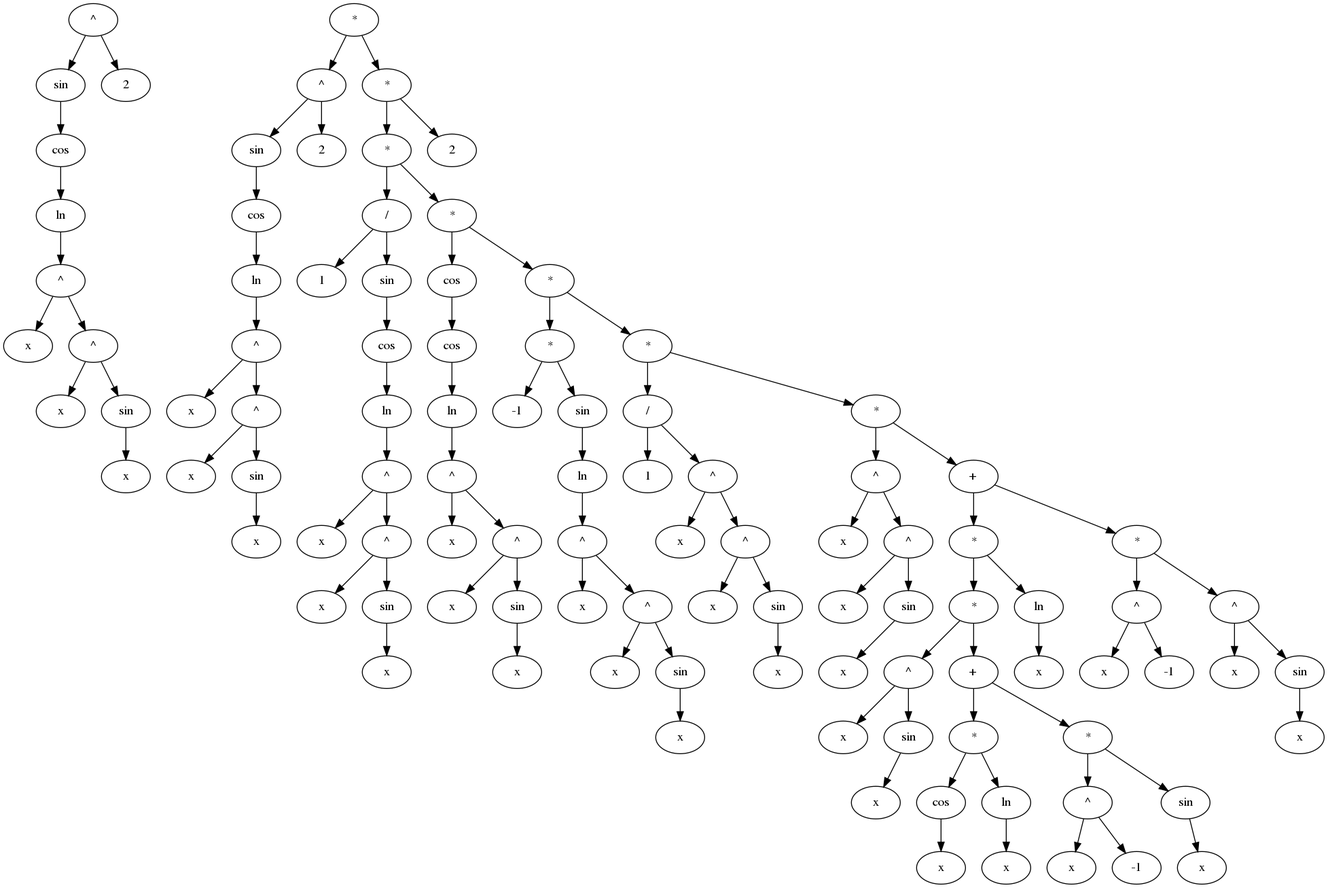
Above: temp.png in BiscuitsLayer/8_Differentiator (Graphviz), before the change. Its source is kept beside it as temp.dot. Source of this version:
```dot
digraph G {
fontsize = 50
94526839907600[label = "^"]
94526839907792[label = "sin"]
94526839907600 -> 94526839907792
94526839907792[label = "sin"]
94526839907984[label = "cos"]
94526839907792 -> 94526839907984
94526839907984[label = "cos"]
94526839908176[label = "ln"]
94526839907984 -> 94526839908176
94526839908176[label = "ln"]
94526839908368[label = "^"]
94526839908176 -> 94526839908368
94526839908368[label = "^"]
94526839908432[label = "x"]
94526839908368 -> 94526839908432
94526839908432[label = "x"]
94526839908368[label = "^"]
94526839908624[label = "^"]
94526839908368 -> 94526839908624
94526839908624[label = "^"]
94526839908688[label = "x"]
94526839908624 -> 94526839908688
94526839908688[label = "x"]
94526839908624[label = "^"]
94526839908880[label = "sin"]
94526839908624 -> 94526839908880
94526839908880[label = "sin"]
94526839909136[label = "x"]
94526839908880 -> 94526839909136
94526839909136[label = "x"]
94526839907600[label = "^"]
94526839909200[label = "2"]
94526839907600 -> 94526839909200
94526839909200[label = "2"]
94526839917840[label = "*"]
94526839917136[label = "^"]
94526839917840 -> 94526839917136
94526839917136[label = "^"]
94526839917200[label = "sin"]
94526839917136 -> 94526839917200
94526839917200[label = "sin"]
94526839917264[label = "cos"]
94526839917200 -> 94526839917264
94526839917264[label = "cos"]
94526839917328[label = "ln"]
94526839917264 -> 94526839917328
94526839917328[label = "ln"]
94526839917392[label = "^"]
94526839917328 -> 94526839917392
94526839917392[label = "^"]
94526839917456[label = "x"]
94526839917392 -> 94526839917456
94526839917456[label = "x"]
94526839917392[label = "^"]
94526839917520[label = "^"]
94526839917392 -> 94526839917520
94526839917520[label = "^"]
94526839917584[label = "x"]
94526839917520 -> 94526839917584
94526839917584[label = "x"]
94526839917520[label = "^"]
94526839917648[label = "sin"]
94526839917520 -> 94526839917648
94526839917648[label = "sin"]
94526839917712[label = "x"]
94526839917648 -> 94526839917712
94526839917712[label = "x"]
94526839917136[label = "^"]
94526839917776[label = "2"]
94526839917136 -> 94526839917776
94526839917776[label = "2"]
94526839917840[label = "*"]
94526839916240[label = "*"]
94526839917840 -> 94526839916240
94526839916240[label = "*"]
94526839916176[label = "*"]
94526839916240 -> 94526839916176
94526839916176[label = "*"]
94526839916112[label = "/"]
94526839916176 -> 94526839916112
94526839916112[label = "/"]
94526839916048[label = "1"]
94526839916112 -> 94526839916048
94526839916048[label = "1"]
94526839916112[label = "/"]
94526839915472[label = "sin"]
94526839916112 -> 94526839915472
94526839915472[label = "sin"]
94526839915536[label = "cos"]
94526839915472 -> 94526839915536
94526839915536[label = "cos"]
94526839915600[label = "ln"]
94526839915536 -> 94526839915600
94526839915600[label = "ln"]
94526839915664[label = "^"]
94526839915600 -> 94526839915664
94526839915664[label = "^"]
94526839915728[label = "x"]
94526839915664 -> 94526839915728
94526839915728[label = "x"]
94526839915664[label = "^"]
94526839915792[label = "^"]
94526839915664 -> 94526839915792
94526839915792[label = "^"]
94526839915856[label = "x"]
94526839915792 -> 94526839915856
94526839915856[label = "x"]
94526839915792[label = "^"]
94526839915920[label = "sin"]
94526839915792 -> 94526839915920
94526839915920[label = "sin"]
94526839915984[label = "x"]
94526839915920 -> 94526839915984
94526839915984[label = "x"]
94526839916176[label = "*"]
94526839915408[label = "*"]
94526839916176 -> 94526839915408
94526839915408[label = "*"]
94526839915344[label = "cos"]
94526839915408 -> 94526839915344
94526839915344[label = "cos"]
94526839914832[label = "cos"]
94526839915344 -> 94526839914832
94526839914832[label = "cos"]
94526839914896[label = "ln"]
94526839914832 -> 94526839914896
94526839914896[label = "ln"]
94526839914960[label = "^"]
94526839914896 -> 94526839914960
94526839914960[label = "^"]
94526839915024[label = "x"]
94526839914960 -> 94526839915024
94526839915024[label = "x"]
94526839914960[label = "^"]
94526839915088[label = "^"]
94526839914960 -> 94526839915088
94526839915088[label = "^"]
94526839915152[label = "x"]
94526839915088 -> 94526839915152
94526839915152[label = "x"]
94526839915088[label = "^"]
94526839915216[label = "sin"]
94526839915088 -> 94526839915216
94526839915216[label = "sin"]
94526839915280[label = "x"]
94526839915216 -> 94526839915280
94526839915280[label = "x"]
94526839915408[label = "*"]
94526839914768[label = "*"]
94526839915408 -> 94526839914768
94526839914768[label = "*"]
94526839914704[label = "*"]
94526839914768 -> 94526839914704
94526839914704[label = "*"]
94526839914640[label = "-1"]
94526839914704 -> 94526839914640
94526839914640[label = "-1"]
94526839914704[label = "*"]
94526839914576[label = "sin"]
94526839914704 -> 94526839914576
94526839914576[label = "sin"]
94526839914128[label = "ln"]
94526839914576 -> 94526839914128
94526839914128[label = "ln"]
94526839914192[label = "^"]
94526839914128 -> 94526839914192
94526839914192[label = "^"]
94526839914256[label = "x"]
94526839914192 -> 94526839914256
94526839914256[label = "x"]
94526839914192[label = "^"]
94526839914320[label = "^"]
94526839914192 -> 94526839914320
94526839914320[label = "^"]
94526839914384[label = "x"]
94526839914320 -> 94526839914384
94526839914384[label = "x"]
94526839914320[label = "^"]
94526839914448[label = "sin"]
94526839914320 -> 94526839914448
94526839914448[label = "sin"]
94526839914512[label = "x"]
94526839914448 -> 94526839914512
94526839914512[label = "x"]
94526839914768[label = "*"]
94526839914064[label = "*"]
94526839914768 -> 94526839914064
94526839914064[label = "*"]
94526839914000[label = "/"]
94526839914064 -> 94526839914000
94526839914000[label = "/"]
94526839913936[label = "1"]
94526839914000 -> 94526839913936
94526839913936[label = "1"]
94526839914000[label = "/"]
94526839913552[label = "^"]
94526839914000 -> 94526839913552
94526839913552[label = "^"]
94526839913616[label = "x"]
94526839913552 -> 94526839913616
94526839913616[label = "x"]
94526839913552[label = "^"]
94526839913680[label = "^"]
94526839913552 -> 94526839913680
94526839913680[label = "^"]
94526839913744[label = "x"]
94526839913680 -> 94526839913744
94526839913744[label = "x"]
94526839913680[label = "^"]
94526839913808[label = "sin"]
94526839913680 -> 94526839913808
94526839913808[label = "sin"]
94526839913872[label = "x"]
94526839913808 -> 94526839913872
94526839913872[label = "x"]
94526839914064[label = "*"]
94526839913488[label = "*"]
94526839914064 -> 94526839913488
94526839913488[label = "*"]
94526839913104[label = "^"]
94526839913488 -> 94526839913104
94526839913104[label = "^"]
94526839913168[label = "x"]
94526839913104 -> 94526839913168
94526839913168[label = "x"]
94526839913104[label = "^"]
94526839913232[label = "^"]
94526839913104 -> 94526839913232
94526839913232[label = "^"]
94526839913296[label = "x"]
94526839913232 -> 94526839913296
94526839913296[label = "x"]
94526839913232[label = "^"]
94526839913360[label = "sin"]
94526839913232 -> 94526839913360
94526839913360[label = "sin"]
94526839913424[label = "x"]
94526839913360 -> 94526839913424
94526839913424[label = "x"]
94526839913488[label = "*"]
94526839913040[label = "+"]
94526839913488 -> 94526839913040
94526839913040[label = "+"]
94526839912976[label = "*"]
94526839913040 -> 94526839912976
94526839912976[label = "*"]
94526839912912[label = "*"]
94526839912976 -> 94526839912912
94526839912912[label = "*"]
94526839912656[label = "^"]
94526839912912 -> 94526839912656
94526839912656[label = "^"]
94526839912720[label = "x"]
94526839912656 -> 94526839912720
94526839912720[label = "x"]
94526839912656[label = "^"]
94526839912784[label = "sin"]
94526839912656 -> 94526839912784
94526839912784[label = "sin"]
94526839912848[label = "x"]
94526839912784 -> 94526839912848
94526839912848[label = "x"]
94526839912912[label = "*"]
94526839912592[label = "+"]
94526839912912 -> 94526839912592
94526839912592[label = "+"]
94526839912528[label = "*"]
94526839912592 -> 94526839912528
94526839912528[label = "*"]
94526839912400[label = "cos"]
94526839912528 -> 94526839912400
94526839912400[label = "cos"]
94526839912336[label = "x"]
94526839912400 -> 94526839912336
94526839912336[label = "x"]
94526839912528[label = "*"]
94526839912144[label = "ln"]
94526839912528 -> 94526839912144
94526839912144[label = "ln"]
94526839912208[label = "x"]
94526839912144 -> 94526839912208
94526839912208[label = "x"]
94526839912592[label = "+"]
94526839912080[label = "*"]
94526839912592 -> 94526839912080
94526839912080[label = "*"]
94526839911952[label = "^"]
94526839912080 -> 94526839911952
94526839911952[label = "^"]
94526839911824[label = "x"]
94526839911952 -> 94526839911824
94526839911824[label = "x"]
94526839911952[label = "^"]
94526839916432[label = "-1"]
94526839911952 -> 94526839916432
94526839916432[label = "-1"]
94526839912080[label = "*"]
94526839911632[label = "sin"]
94526839912080 -> 94526839911632
94526839911632[label = "sin"]
94526839911696[label = "x"]
94526839911632 -> 94526839911696
94526839911696[label = "x"]
94526839912976[label = "*"]
94526839911184[label = "ln"]
94526839912976 -> 94526839911184
94526839911184[label = "ln"]
94526839911248[label = "x"]
94526839911184 -> 94526839911248
94526839911248[label = "x"]
94526839913040[label = "+"]
94526839911120[label = "*"]
94526839913040 -> 94526839911120
94526839911120[label = "*"]
94526839910992[label = "^"]
94526839911120 -> 94526839910992
94526839910992[label = "^"]
94526839910864[label = "x"]
94526839910992 -> 94526839910864
94526839910864[label = "x"]
94526839910992[label = "^"]
94526839910800[label = "-1"]
94526839910992 -> 94526839910800
94526839910800[label = "-1"]
94526839911120[label = "*"]
94526839910544[label = "^"]
94526839911120 -> 94526839910544
94526839910544[label = "^"]
94526839910608[label = "x"]
94526839910544 -> 94526839910608
94526839910608[label = "x"]
94526839910544[label = "^"]
94526839910672[label = "sin"]
94526839910544 -> 94526839910672
94526839910672[label = "sin"]
94526839910736[label = "x"]
94526839910672 -> 94526839910736
94526839910736[label = "x"]
94526839916240[label = "*"]
94526839910032[label = "2"]
94526839916240 -> 94526839910032
94526839910032[label = "2"]
}
```
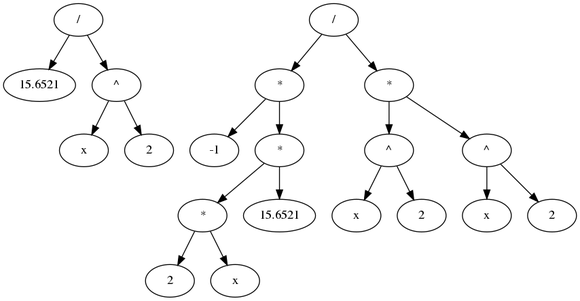
Later version of the same file.

The edit, as a diff of the source:
```diff
@@ -1,345 +1,68 @@
 digraph G {
 fontsize = 50
-94526839907600[label = "^"]
-94526839907792[label = "sin"]
-94526839907600 -> 94526839907792
-94526839907792[label = "sin"]
-94526839907984[label = "cos"]
-94526839907792 -> 94526839907984
-94526839907984[label = "cos"]
-94526839908176[label = "ln"]
-94526839907984 -> 94526839908176
-94526839908176[label = "ln"]
-94526839908368[label = "^"]
-94526839908176 -> 94526839908368
-94526839908368[label = "^"]
-94526839908432[label = "x"]
-94526839908368 -> 94526839908432
-94526839908432[label = "x"]
-94526839908368[label = "^"]
-94526839908624[label = "^"]
-94526839908368 -> 94526839908624
-94526839908624[label = "^"]
-94526839908688[label = "x"]
-94526839908624 -> 94526839908688
-94526839908688[label = "x"]
-94526839908624[label = "^"]
-94526839908880[label = "sin"]
-94526839908624 -> 94526839908880
-94526839908880[label = "sin"]
-94526839909136[label = "x"]
-94526839908880 -> 94526839909136
-94526839909136[label = "x"]
-94526839907600[label = "^"]
-94526839909200[label = "2"]
-94526839907600 -> 94526839909200
-94526839909200[label = "2"]
-94526839917840[label = "*"]
-94526839917136[label = "^"]
-94526839917840 -> 94526839917136
-94526839917136[label = "^"]
-94526839917200[label = "sin"]
-94526839917136 -> 94526839917200
-94526839917200[label = "sin"]
-94526839917264[label = "cos"]
-94526839917200 -> 94526839917264
-94526839917264[label = "cos"]
-94526839917328[label = "ln"]
-94526839917264 -> 94526839917328
-94526839917328[label = "ln"]
-94526839917392[label = "^"]
-94526839917328 -> 94526839917392
-94526839917392[label = "^"]
-94526839917456[label = "x"]
-94526839917392 -> 94526839917456
-94526839917456[label = "x"]
-94526839917392[label = "^"]
-94526839917520[label = "^"]
-94526839917392 -> 94526839917520
-94526839917520[label = "^"]
-94526839917584[label = "x"]
-94526839917520 -> 94526839917584
-94526839917584[label = "x"]
-94526839917520[label = "^"]
-94526839917648[label = "sin"]
-94526839917520 -> 94526839917648
-94526839917648[label = "sin"]
-94526839917712[label = "x"]
-94526839917648 -> 94526839917712
-94526839917712[label = "x"]
-94526839917136[label = "^"]
-94526839917776[label = "2"]
-94526839917136 -> 94526839917776
-94526839917776[label = "2"]
-94526839917840[label = "*"]
-94526839916240[label = "*"]
-94526839917840 -> 94526839916240
-94526839916240[label = "*"]
-94526839916176[label = "*"]
-94526839916240 -> 94526839916176
-94526839916176[label = "*"]
-94526839916112[label = "/"]
-94526839916176 -> 94526839916112
-94526839916112[label = "/"]
-94526839916048[label = "1"]
-94526839916112 -> 94526839916048
-94526839916048[label = "1"]
-94526839916112[label = "/"]
-94526839915472[label = "sin"]
-94526839916112 -> 94526839915472
-94526839915472[label = "sin"]
-94526839915536[label = "cos"]
-94526839915472 -> 94526839915536
-94526839915536[label = "cos"]
-94526839915600[label = "ln"]
-94526839915536 -> 94526839915600
-94526839915600[label = "ln"]
-94526839915664[label = "^"]
-94526839915600 -> 94526839915664
-94526839915664[label = "^"]
-94526839915728[label = "x"]
-94526839915664 -> 94526839915728
-94526839915728[label = "x"]
-94526839915664[label = "^"]
-94526839915792[label = "^"]
-94526839915664 -> 94526839915792
-94526839915792[label = "^"]
-94526839915856[label = "x"]
-94526839915792 -> 94526839915856
-94526839915856[label = "x"]
-94526839915792[label = "^"]
-94526839915920[label = "sin"]
-94526839915792 -> 94526839915920
-94526839915920[label = "sin"]
-94526839915984[label = "x"]
-94526839915920 -> 94526839915984
-94526839915984[label = "x"]
-94526839916176[label = "*"]
-94526839915408[label = "*"]
-94526839916176 -> 94526839915408
-94526839915408[label = "*"]
-94526839915344[label = "cos"]
-94526839915408 -> 94526839915344
-94526839915344[label = "cos"]
-94526839914832[label = "cos"]
-94526839915344 -> 94526839914832
-94526839914832[label = "cos"]
-94526839914896[label = "ln"]
-94526839914832 -> 94526839914896
-94526839914896[label = "ln"]
-94526839914960[label = "^"]
-94526839914896 -> 94526839914960
-94526839914960[label = "^"]
-94526839915024[label = "x"]
-94526839914960 -> 94526839915024
-94526839915024[label = "x"]
-94526839914960[label = "^"]
-94526839915088[label = "^"]
-94526839914960 -> 94526839915088
-94526839915088[label = "^"]
-94526839915152[label = "x"]
-94526839915088 -> 94526839915152
-94526839915152[label = "x"]
-94526839915088[label = "^"]
-94526839915216[label = "sin"]
-94526839915088 -> 94526839915216
-94526839915216[label = "sin"]
-94526839915280[label = "x"]
-94526839915216 -> 94526839915280
-94526839915280[label = "x"]
-94526839915408[label = "*"]
-94526839914768[label = "*"]
-94526839915408 -> 94526839914768
-94526839914768[label = "*"]
-94526839914704[label = "*"]
-94526839914768 -> 94526839914704
-94526839914704[label = "*"]
-94526839914640[label = "-1"]
-94526839914704 -> 94526839914640
-94526839914640[label = "-1"]
-94526839914704[label = "*"]
-94526839914576[label = "sin"]
-94526839914704 -> 94526839914576
-94526839914576[label = "sin"]
-94526839914128[label = "ln"]
-94526839914576 -> 94526839914128
-94526839914128[label = "ln"]
-94526839914192[label = "^"]
-94526839914128 -> 94526839914192
-94526839914192[label = "^"]
-94526839914256[label = "x"]
-94526839914192 -> 94526839914256
-94526839914256[label = "x"]
-94526839914192[label = "^"]
-94526839914320[label = "^"]
-94526839914192 -> 94526839914320
-94526839914320[label = "^"]
-94526839914384[label = "x"]
-94526839914320 -> 94526839914384
-94526839914384[label = "x"]
-94526839914320[label = "^"]
-94526839914448[label = "sin"]
-94526839914320 -> 94526839914448
-94526839914448[label = "sin"]
-94526839914512[label = "x"]
-94526839914448 -> 94526839914512
-94526839914512[label = "x"]
-94526839914768[label = "*"]
-94526839914064[label = "*"]
-94526839914768 -> 94526839914064
-94526839914064[label = "*"]
-94526839914000[label = "/"]
-94526839914064 -> 94526839914000
-94526839914000[label = "/"]
-94526839913936[label = "1"]
-94526839914000 -> 94526839913936
-94526839913936[label = "1"]
-94526839914000[label = "/"]
-94526839913552[label = "^"]
-94526839914000 -> 94526839913552
-94526839913552[label = "^"]
-94526839913616[label = "x"]
-94526839913552 -> 94526839913616
-94526839913616[label = "x"]
-94526839913552[label = "^"]
-94526839913680[label = "^"]
-94526839913552 -> 94526839913680
-94526839913680[label = "^"]
-94526839913744[label = "x"]
-94526839913680 -> 94526839913744
-94526839913744[label = "x"]
-94526839913680[label = "^"]
-94526839913808[label = "sin"]
-94526839913680 -> 94526839913808
-94526839913808[label = "sin"]
-94526839913872[label = "x"]
-94526839913808 -> 94526839913872
-94526839913872[label = "x"]
-94526839914064[label = "*"]
-94526839913488[label = "*"]
-94526839914064 -> 94526839913488
-94526839913488[label = "*"]
-94526839913104[label = "^"]
-94526839913488 -> 94526839913104
-94526839913104[label = "^"]
-94526839913168[label = "x"]
-94526839913104 -> 94526839913168
-94526839913168[label = "x"]
-94526839913104[label = "^"]
-94526839913232[label = "^"]
-94526839913104 -> 94526839913232
-94526839913232[label = "^"]
-94526839913296[label = "x"]
-94526839913232 -> 94526839913296
-94526839913296[label = "x"]
-94526839913232[label = "^"]
-94526839913360[label = "sin"]
-94526839913232 -> 94526839913360
-94526839913360[label = "sin"]
-94526839913424[label = "x"]
-94526839913360 -> 94526839913424
-94526839913424[label = "x"]
-94526839913488[label = "*"]
-94526839913040[label = "+"]
-94526839913488 -> 94526839913040
-94526839913040[label = "+"]
-94526839912976[label = "*"]
-94526839913040 -> 94526839912976
-94526839912976[label = "*"]
-94526839912912[label = "*"]
-94526839912976 -> 94526839912912
-94526839912912[label = "*"]
-94526839912656[label = "^"]
-94526839912912 -> 94526839912656
-94526839912656[label = "^"]
-94526839912720[label = "x"]
-94526839912656 -> 94526839912720
-94526839912720[label = "x"]
-94526839912656[label = "^"]
-94526839912784[label = "sin"]
-94526839912656 -> 94526839912784
-94526839912784[label = "sin"]
-94526839912848[label = "x"]
-94526839912784 -> 94526839912848
-94526839912848[label = "x"]
-94526839912912[label = "*"]
-94526839912592[label = "+"]
-94526839912912 -> 94526839912592
-94526839912592[label = "+"]
-94526839912528[label = "*"]
-94526839912592 -> 94526839912528
-94526839912528[label = "*"]
-94526839912400[label = "cos"]
-94526839912528 -> 94526839912400
-94526839912400[label = "cos"]
-94526839912336[label = "x"]
-94526839912400 -> 94526839912336
-94526839912336[label = "x"]
-94526839912528[label = "*"]
-94526839912144[label = "ln"]
-94526839912528 -> 94526839912144
-94526839912144[label = "ln"]
-94526839912208[label = "x"]
-94526839912144 -> 94526839912208
-94526839912208[label = "x"]
-94526839912592[label = "+"]
-94526839912080[label = "*"]
-94526839912592 -> 94526839912080
-94526839912080[label = "*"]
-94526839911952[label = "^"]
-94526839912080 -> 94526839911952
-94526839911952[label = "^"]
-94526839911824[label = "x"]
-94526839911952 -> 94526839911824
-94526839911824[label = "x"]
-94526839911952[label = "^"]
-94526839916432[label = "-1"]
-94526839911952 -> 94526839916432
-94526839916432[label = "-1"]
-94526839912080[label = "*"]
-94526839911632[label = "sin"]
-94526839912080 -> 94526839911632
-94526839911632[label = "sin"]
-94526839911696[label = "x"]
-94526839911632 -> 94526839911696
-94526839911696[label = "x"]
-94526839912976[label = "*"]
-94526839911184[label = "ln"]
-94526839912976 -> 94526839911184
-94526839911184[label = "ln"]
-94526839911248[label = "x"]
-94526839911184 -> 94526839911248
-94526839911248[label = "x"]
-94526839913040[label = "+"]
-94526839911120[label = "*"]
-94526839913040 -> 94526839911120
-94526839911120[label = "*"]
-94526839910992[label = "^"]
-94526839911120 -> 94526839910992
-94526839910992[label = "^"]
-94526839910864[label = "x"]
-94526839910992 -> 94526839910864
-94526839910864[label = "x"]
-94526839910992[label = "^"]
-94526839910800[label = "-1"]
-94526839910992 -> 94526839910800
-94526839910800[label = "-1"]
-94526839911120[label = "*"]
-94526839910544[label = "^"]
-94526839911120 -> 94526839910544
-94526839910544[label = "^"]
-94526839910608[label = "x"]
-94526839910544 -> 94526839910608
-94526839910608[label = "x"]
-94526839910544[label = "^"]
-94526839910672[label = "sin"]
-94526839910544 -> 94526839910672
-94526839910672[label = "sin"]
-94526839910736[label = "x"]
-94526839910672 -> 94526839910736
-94526839910736[label = "x"]
-94526839916240[label = "*"]
-94526839910032[label = "2"]
-94526839916240 -> 94526839910032
-94526839910032[label = "2"]
+94727933538528[label = "/"]
+94727933538656[label = "15.6521"]
+94727933538528 -> 94727933538656
+94727933538656[label = "15.6521"]
+94727933538528[label = "/"]
+94727933538720[label = "^"]
+94727933538528 -> 94727933538720
+94727933538720[label = "^"]
+94727933538784[label = "x"]
+94727933538720 -> 94727933538784
+94727933538784[label = "x"]
+94727933538720[label = "^"]
+94727933538848[label = "2"]
+94727933538720 -> 94727933538848
+94727933538848[label = "2"]
+94727933540448[label = "/"]
+94727933540576[label = "*"]
+94727933540448 -> 94727933540576
+94727933540576[label = "*"]
+94727933540640[label = "-1"]
+94727933540576 -> 94727933540640
+94727933540640[label = "-1"]
+94727933540576[label = "*"]
+94727933540000[label = "*"]
+94727933540576 -> 94727933540000
+94727933540000[label = "*"]
+94727933539872[label = "*"]
+94727933540000 -> 94727933539872
+94727933539872[label = "*"]
+94727933539808[label = "2"]
+94727933539872 -> 94727933539808
+94727933539808[label = "2"]
+94727933539872[label = "*"]
+94727933539680[label = "x"]
+94727933539872 -> 94727933539680
+94727933539680[label = "x"]
+94727933540000[label = "*"]
+94727933539360[label = "15.6521"]
+94727933540000 -> 94727933539360
+94727933539360[label = "15.6521"]
+94727933540448[label = "/"]
+94727933539296[label = "*"]
+94727933540448 -> 94727933539296
+94727933539296[label = "*"]
+94727933539104[label = "^"]
+94727933539296 -> 94727933539104
+94727933539104[label = "^"]
+94727933539168[label = "x"]
+94727933539104 -> 94727933539168
+94727933539168[label = "x"]
+94727933539104[label = "^"]
+94727933539232[label = "2"]
+94727933539104 -> 94727933539232
+94727933539232[label = "2"]
+94727933539296[label = "*"]
+94727933538912[label = "^"]
+94727933539296 -> 94727933538912
+94727933538912[label = "^"]
+94727933538976[label = "x"]
+94727933538912 -> 94727933538976
+94727933538976[label = "x"]
+94727933538912[label = "^"]
+94727933539040[label = "2"]
+94727933538912 -> 94727933539040
+94727933539040[label = "2"]
 }
```
